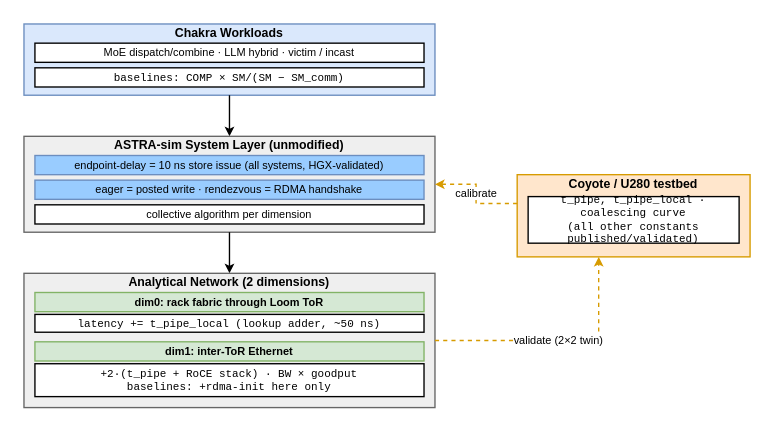
Above: examples/loom/figures/loom-sim-setup.drawio.xml in harshanavkis/astra-sim (draw.io), before the change. Source tidied: cells renumbered, new cells numbered last; positions are measured from the earlier drawing's top-left corner, leaving out a move shared by most shapes. Both pictures are drawn from the tidied source at 137%, with x=0, y=0 at pixel (23, 23).
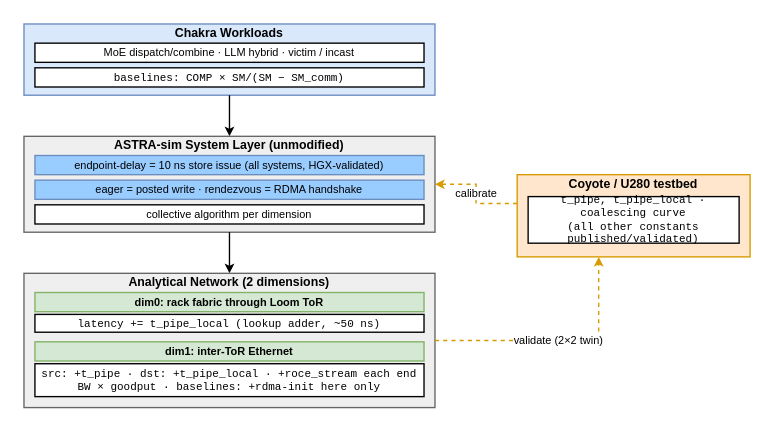
The same diagram, later.

Commit message (it also covers changes not shown here):
loom: D10 asymmetric remote traversals (user-identified)

Change to the diagram source:
```diff
@@
 <mxGraphModel>
   <root>
     <mxCell id="0" />
     <mxCell id="1" parent="0" />
     <mxCell id="2" value="Chakra Workloads" style="rounded=0;whiteSpace=wrap;html=1;fillColor=#dae8fc;strokeColor=#6c8ebf;verticalAlign=top;spacing=0;fontSize=9;strokeWidth=1;spacingTop=-3;fontStyle=1;" parent="1" vertex="1">
       <mxGeometry width="300" height="52" as="geometry" />
     </mxCell>
     <mxCell id="3" value="MoE dispatch/combine · LLM hybrid · victim / incast" style="rounded=0;whiteSpace=wrap;html=1;fontSize=8;" parent="1" vertex="1">
       <mxGeometry x="8" y="14" width="284" height="14" as="geometry" />
     </mxCell>
     <mxCell id="4" value="baselines: COMP × SM/(SM − SM_comm)" style="rounded=0;whiteSpace=wrap;html=1;fontSize=8;fontFamily=Courier;" parent="1" vertex="1">
       <mxGeometry x="8" y="32" width="284" height="14" as="geometry" />
     </mxCell>
     <mxCell id="5" style="edgeStyle=orthogonalEdgeStyle;rounded=0;jettySize=auto;html=1;endSize=4;startSize=4;exitX=0.5;exitY=1;exitDx=0;exitDy=0;entryX=0.5;entryY=0;entryDx=0;entryDy=0;" parent="1" edge="1" source="2" target="6">
       <mxGeometry relative="1" as="geometry" />
     </mxCell>
     <mxCell id="6" value="ASTRA-sim System Layer (unmodified)" style="rounded=0;whiteSpace=wrap;html=1;fillColor=#EFEFEF;strokeColor=#666666;verticalAlign=top;spacing=0;fontSize=9;strokeWidth=1;spacingTop=-3;fontStyle=1;" parent="1" vertex="1">
       <mxGeometry y="82" width="300" height="70" as="geometry" />
     </mxCell>
     <mxCell id="7" value="endpoint-delay = 10 ns store issue (all systems, HGX-validated)" style="rounded=0;whiteSpace=wrap;html=1;fillColor=#99CCFF;strokeColor=#6c8ebf;fontSize=8;" parent="1" vertex="1">
       <mxGeometry x="8" y="96" width="284" height="14" as="geometry" />
     </mxCell>
     <mxCell id="8" value="eager = posted write · rendezvous = RDMA handshake" style="rounded=0;whiteSpace=wrap;html=1;fillColor=#99CCFF;strokeColor=#6c8ebf;fontSize=8;" parent="1" vertex="1">
       <mxGeometry x="8" y="114" width="284" height="14" as="geometry" />
     </mxCell>
     <mxCell id="9" value="collective algorithm per dimension" style="rounded=0;whiteSpace=wrap;html=1;fontSize=8;" parent="1" vertex="1">
       <mxGeometry x="8" y="132" width="284" height="14" as="geometry" />
     </mxCell>
     <mxCell id="10" style="edgeStyle=orthogonalEdgeStyle;rounded=0;jettySize=auto;html=1;endSize=4;startSize=4;exitX=0.5;exitY=1;exitDx=0;exitDy=0;entryX=0.5;entryY=0;entryDx=0;entryDy=0;" parent="1" edge="1" source="6" target="11">
       <mxGeometry relative="1" as="geometry" />
     </mxCell>
     <mxCell id="11" value="Analytical Network (2 dimensions)" style="rounded=0;whiteSpace=wrap;html=1;fillColor=#EFEFEF;strokeColor=#666666;verticalAlign=top;spacing=0;fontSize=9;strokeWidth=1;spacingTop=-3;fontStyle=1;" parent="1" vertex="1">
       <mxGeometry y="182" width="300" height="98" as="geometry" />
     </mxCell>
     <mxCell id="12" value="dim0: rack fabric through Loom ToR" style="rounded=0;whiteSpace=wrap;html=1;fillColor=#d5e8d4;strokeColor=#82b366;fontSize=8;fontStyle=1;" parent="1" vertex="1">
       <mxGeometry x="8" y="196" width="284" height="14" as="geometry" />
     </mxCell>
     <mxCell id="13" value="latency += t_pipe_local (lookup adder, ~50 ns)" style="rounded=0;whiteSpace=wrap;html=1;fontSize=8;fontFamily=Courier;" parent="1" vertex="1">
       <mxGeometry x="8" y="212" width="284" height="13" as="geometry" />
     </mxCell>
     <mxCell id="14" value="dim1: inter-ToR Ethernet" style="rounded=0;whiteSpace=wrap;html=1;fillColor=#d5e8d4;strokeColor=#82b366;fontSize=8;fontStyle=1;" parent="1" vertex="1">
       <mxGeometry x="8" y="232" width="284" height="14" as="geometry" />
     </mxCell>
-    <mxCell id="15" value="+2·(t_pipe + RoCE stack) · BW × goodput&#10;baselines: +rdma-init here only" style="rounded=0;whiteSpace=wrap;html=1;fontSize=8;fontFamily=Courier;" parent="1" vertex="1">
+    <mxCell id="15" value="src: +t_pipe · dst: +t_pipe_local · +roce_stream each end&#10;BW × goodput · baselines: +rdma-init here only" style="rounded=0;whiteSpace=wrap;html=1;fontSize=8;fontFamily=Courier;" parent="1" vertex="1">
       <mxGeometry x="8" y="248" width="284" height="24" as="geometry" />
     </mxCell>
     <mxCell id="16" value="Coyote / U280 testbed" style="rounded=0;whiteSpace=wrap;html=1;fillColor=#ffe6cc;strokeColor=#d79b00;verticalAlign=top;spacing=0;fontSize=9;strokeWidth=1;spacingTop=-3;fontStyle=1;" parent="1" vertex="1">
       <mxGeometry x="360" y="110" width="170" height="60" as="geometry" />
     </mxCell>
     <mxCell id="17" value="t_pipe, t_pipe_local · coalescing curve&#10;(all other constants published/validated)" style="rounded=0;whiteSpace=wrap;html=1;fontSize=8;fontFamily=Courier;" parent="1" vertex="1">
       <mxGeometry x="368" y="126" width="154" height="34" as="geometry" />
     </mxCell>
     <mxCell id="18" value="calibrate" style="edgeStyle=orthogonalEdgeStyle;rounded=0;jettySize=auto;html=1;endSize=4;startSize=4;dashed=1;strokeColor=#d79b00;fontSize=8;exitX=0;exitY=0.35;exitDx=0;exitDy=0;entryX=1;entryY=0.5;entryDx=0;entryDy=0;" parent="1" edge="1" source="16" target="6">
       <mxGeometry relative="1" as="geometry" />
     </mxCell>
     <mxCell id="19" value="validate (2×2 twin)" style="edgeStyle=orthogonalEdgeStyle;rounded=0;jettySize=auto;html=1;endSize=4;startSize=4;dashed=1;strokeColor=#d79b00;fontSize=8;exitX=1;exitY=0.5;exitDx=0;exitDy=0;entryX=0.35;entryY=1;entryDx=0;entryDy=0;" parent="1" edge="1" source="11" target="16">
       <mxGeometry relative="1" as="geometry" />
     </mxCell>
   </root>
 </mxGraphModel>
```
